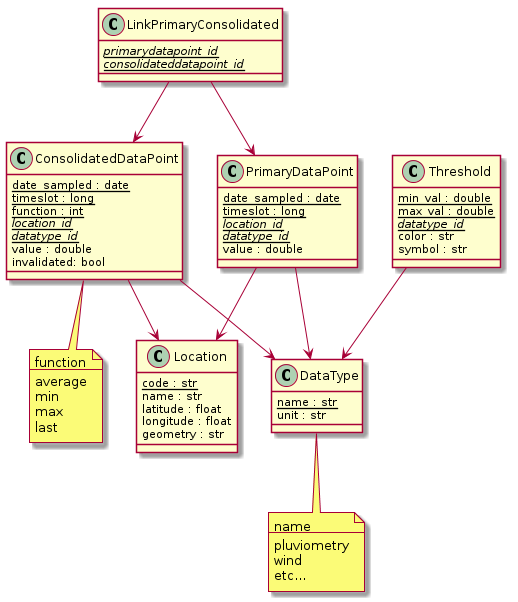
Before: docs/images/generated/model_overview.png, a diagram exported from PlantUML (aert/aert-climagraph).
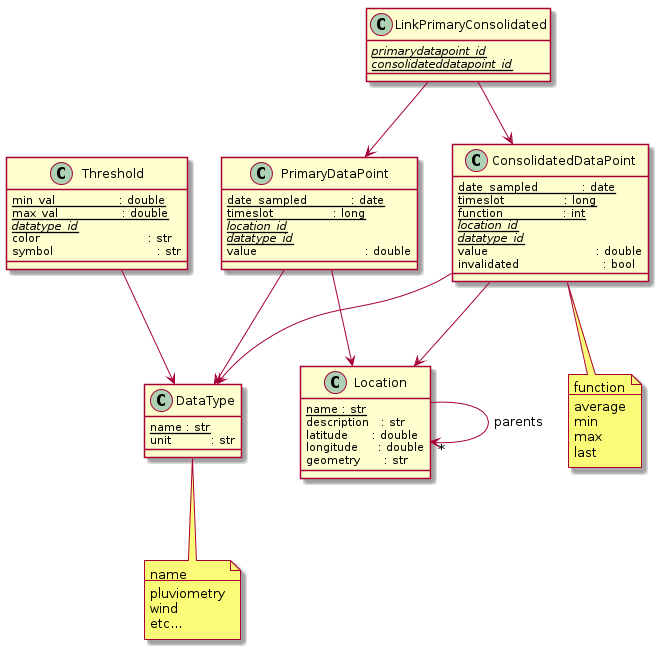
After the commit.

Diff of the diagram source:
```diff
@@ -1,43 +1,43 @@
 @startuml model_overview.png
 
     class Location {
-        {static} code : str
-        name : str
-        latitude : float
-        longitude : float
-        geometry : str
+        {static} name : str
+        description   : str
+        latitude      : double
+        longitude     : double
+        geometry      : str
     }
 
     class DataType {
         {static} name : str
-        unit : str
+        unit          : str
     }
     note "name\n--\npluviometry\nwind\netc..." as NoteDataType
 
     class Threshold {
-        {static} min_val : double
-        {static} max_val : double
+        {static} min_val                : double
+        {static} max_val                : double
         {static} {abstract} datatype_id
-        color : str
-        symbol : str
+        color                           : str
+        symbol                          : str
     }
 
     class PrimaryDataPoint {
-        {static} date_sampled : date
-        {static} timeslot : long
+        {static} date_sampled           : date
+        {static} timeslot               : long
         {static} {abstract} location_id
         {static} {abstract} datatype_id
-        value : double
+        value                           : double
     }
 
     class ConsolidatedDataPoint {
-        {static} date_sampled : date
-        {static} timeslot : long
-        {static} function : int
+        {static} date_sampled           : date
+        {static} timeslot               : long
+        {static} function               : int
         {static} {abstract} location_id
         {static} {abstract} datatype_id
-        value : double
-        invalidated: bool
+        value                           : double
+        invalidated                     : bool
     }
     note "function\n--\naverage\nmin\nmax\nlast" as NoteCDP
 
@@ -46,6 +46,8 @@
         {static} {abstract} consolidateddatapoint_id
     }
 
+
+    Location --> "*" Location : parents
 
     DataType -- NoteDataType
 
```
